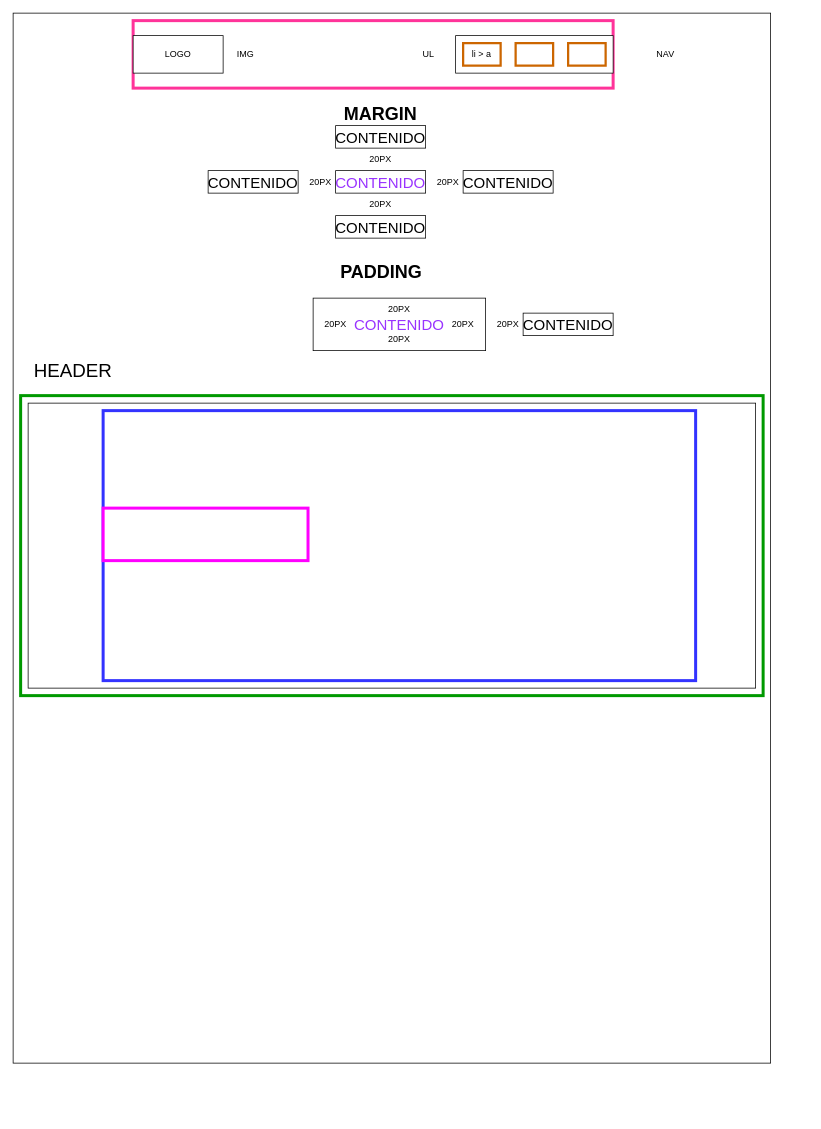
The draw.io diagram 01 HTML Y CSS/04 demo/demo.drawio in Eduarrb/dw2023-2, before the edit. Source tidied: cells renumbered, new cells numbered last; positions are measured from the earlier drawing's top-left corner, leaving out a move shared by most shapes. Both pictures are drawn from the tidied source at 75%, with x=0, y=0 at pixel (13, 13).
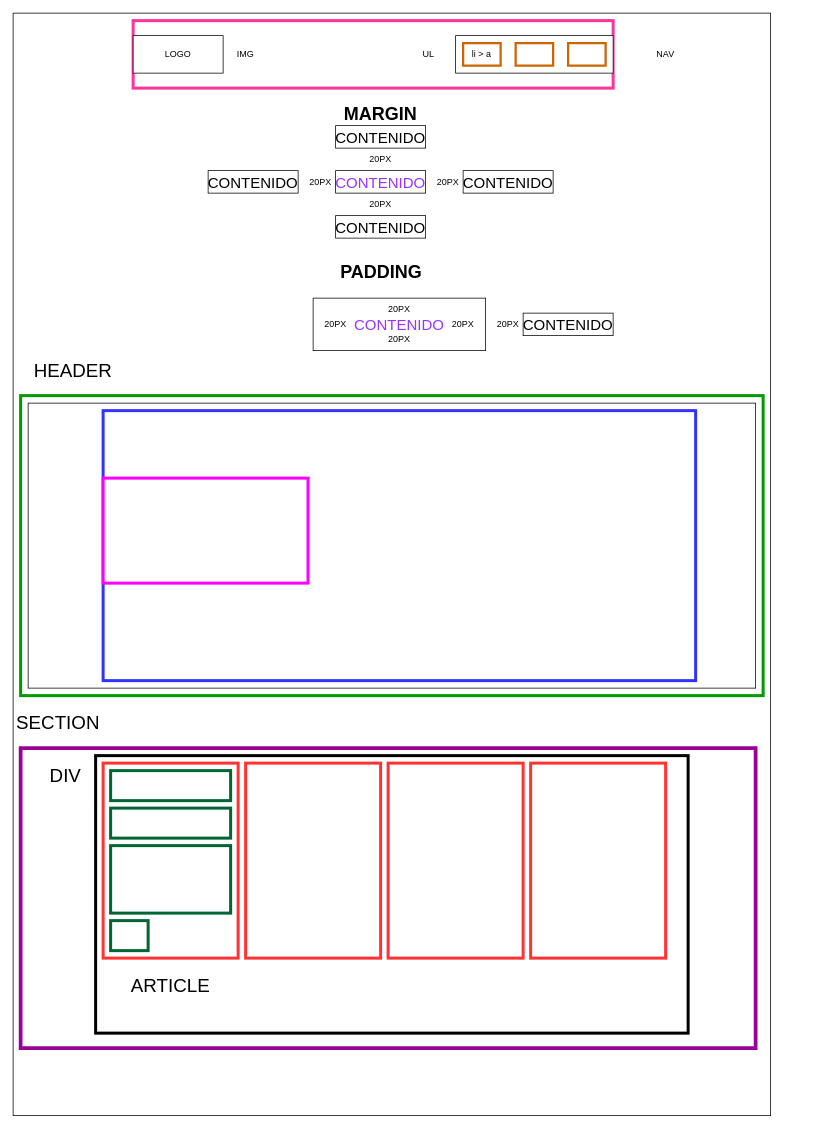
The same page after the edit.

Unchanged cells that the change refers to:
```xml
<mxCell id="35" style="group;" parent="1" vertex="1">
  <mxGeometry x="110" y="530" width="950" height="360" as="geometry" />
</mxCell>
```

What changed in the source:
```diff
@@
     <mxCell id="2" style="rounded=0;whiteSpace=wrap;html=1;" parent="1" vertex="1">
-      <mxGeometry width="1010" height="1400" as="geometry" />
+      <mxGeometry width="1010" height="1470" as="geometry" />
     </mxCell>
@@
     <mxCell id="36" style="rounded=0;whiteSpace=wrap;html=1;strokeColor=#FF00FF;strokeWidth=4;" parent="35" vertex="1">
-      <mxGeometry x="10" y="130" width="273.2" height="70" as="geometry" />
+      <mxGeometry x="10" y="90" width="273.2" height="140" as="geometry" />
     </mxCell>
+    <mxCell id="37" style="rounded=0;whiteSpace=wrap;html=1;strokeColor=#990099;strokeWidth=5;" parent="1" vertex="1">
+      <mxGeometry x="10" y="980" width="980" height="400" as="geometry" />
+    </mxCell>
+    <mxCell id="38" value="SECTION" style="text;html=1;strokeColor=none;fillColor=none;align=center;verticalAlign=middle;whiteSpace=wrap;rounded=0;fontSize=25;" parent="1" vertex="1">
+      <mxGeometry x="30" y="930" width="60" height="30" as="geometry" />
+    </mxCell>
+    <mxCell id="39" style="rounded=0;whiteSpace=wrap;html=1;strokeWidth=4;" parent="1" vertex="1">
+      <mxGeometry x="110" y="990" width="790" height="370" as="geometry" />
+    </mxCell>
+    <mxCell id="40" value="DIV" style="text;html=1;strokeColor=none;fillColor=none;align=center;verticalAlign=middle;whiteSpace=wrap;rounded=0;fontSize=25;" parent="1" vertex="1">
+      <mxGeometry x="40" y="1000" width="60" height="30" as="geometry" />
+    </mxCell>
+    <mxCell id="41" style="rounded=0;whiteSpace=wrap;html=1;strokeWidth=4;strokeColor=#FF3333;" parent="1" vertex="1">
+      <mxGeometry x="120" y="1000" width="180" height="260" as="geometry" />
+    </mxCell>
+    <mxCell id="42" style="rounded=0;whiteSpace=wrap;html=1;strokeWidth=4;strokeColor=#FF3333;" parent="1" vertex="1">
+      <mxGeometry x="310" y="1000" width="180" height="260" as="geometry" />
+    </mxCell>
+    <mxCell id="43" style="rounded=0;whiteSpace=wrap;html=1;strokeWidth=4;strokeColor=#FF3333;" parent="1" vertex="1">
+      <mxGeometry x="500" y="1000" width="180" height="260" as="geometry" />
+    </mxCell>
+    <mxCell id="44" style="rounded=0;whiteSpace=wrap;html=1;strokeWidth=4;strokeColor=#FF3333;" parent="1" vertex="1">
+      <mxGeometry x="690" y="1000" width="180" height="260" as="geometry" />
+    </mxCell>
+    <mxCell id="45" style="rounded=0;whiteSpace=wrap;html=1;strokeWidth=4;strokeColor=#006633;" parent="1" vertex="1">
+      <mxGeometry x="130" y="1010" width="160" height="40" as="geometry" />
+    </mxCell>
+    <mxCell id="46" value="ARTICLE" style="text;html=1;strokeColor=none;fillColor=none;align=center;verticalAlign=middle;whiteSpace=wrap;rounded=0;fontSize=25;" parent="1" vertex="1">
+      <mxGeometry x="180" y="1280" width="60" height="30" as="geometry" />
+    </mxCell>
+    <mxCell id="47" style="edgeStyle=orthogonalEdgeStyle;rounded=0;orthogonalLoop=1;jettySize=auto;html=1;exitX=0.5;exitY=1;exitDx=0;exitDy=0;" parent="1" edge="1" source="45" target="45">
+      <mxGeometry relative="1" as="geometry" />
+    </mxCell>
+    <mxCell id="48" style="rounded=0;whiteSpace=wrap;html=1;strokeWidth=4;strokeColor=#006633;" parent="1" vertex="1">
+      <mxGeometry x="130" y="1060" width="160" height="40" as="geometry" />
+    </mxCell>
+    <mxCell id="49" style="rounded=0;whiteSpace=wrap;html=1;strokeWidth=4;strokeColor=#006633;" parent="1" vertex="1">
+      <mxGeometry x="130" y="1110" width="160" height="90" as="geometry" />
+    </mxCell>
+    <mxCell id="50" style="rounded=0;whiteSpace=wrap;html=1;strokeWidth=4;strokeColor=#006633;" parent="1" vertex="1">
+      <mxGeometry x="130" y="1210" width="50" height="40" as="geometry" />
+    </mxCell>
```
